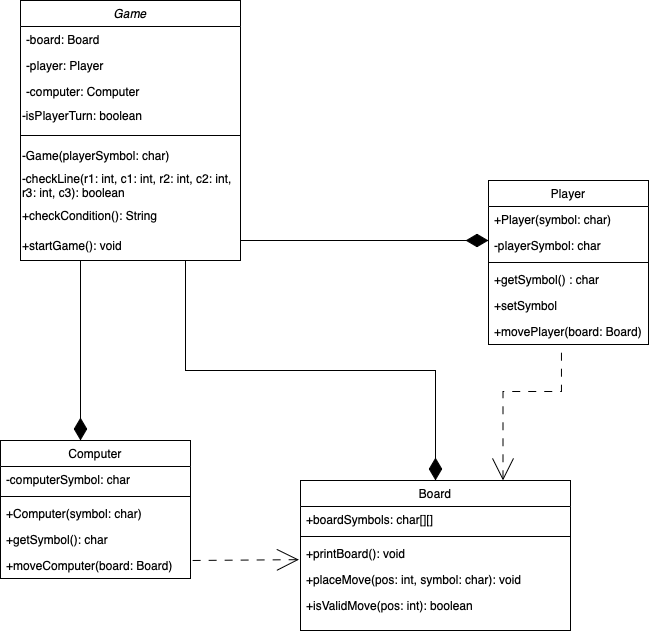
phiquangdat/OOP-TicTacToe keeps this draw.io diagram as Assignment 5+6/Design/TicTacToe.drawio.png. Above is the earlier version. Source tidied: cells renumbered, new cells last; positions are measured from the earlier drawing's top-left corner, leaving out a move shared by most shapes.
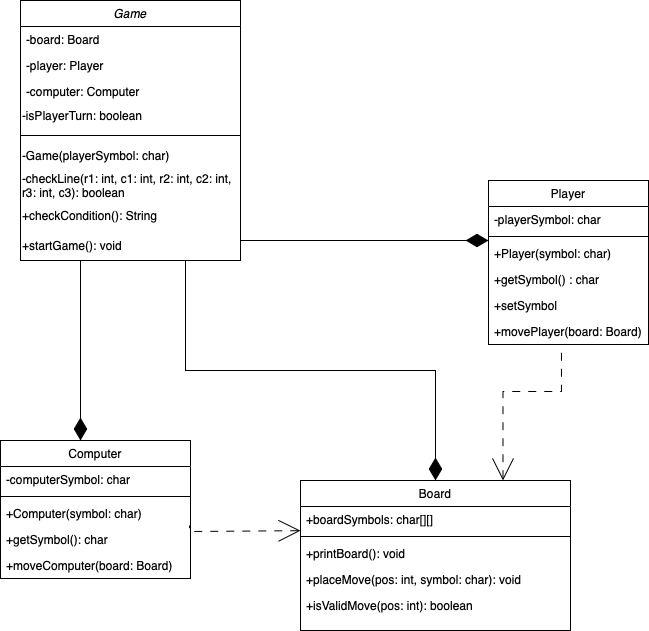
Later version of the same file.

What changed in the source:
```diff
@@ -79,15 +79,15 @@
     <mxCell id="25" value="Player" style="swimlane;fontStyle=0;align=center;verticalAlign=top;horizontal=1;startSize=26;rounded=0;shadow=0;strokeWidth=1;" parent="1" vertex="1">
       <mxGeometry x="488" y="180" width="160" height="164" as="geometry" />
     </mxCell>
-    <mxCell id="26" value="+Player(symbol: char)" style="text;align=left;verticalAlign=top;spacingLeft=4;spacingRight=4;overflow=hidden;" parent="25" vertex="1">
-      <mxGeometry y="26" width="160" height="26" as="geometry" />
-    </mxCell>
     <mxCell id="27" value="-playerSymbol: char" style="text;align=left;verticalAlign=top;spacingLeft=4;spacingRight=4;overflow=hidden;rounded=0;shadow=0;html=0;" parent="25" vertex="1">
-      <mxGeometry y="52" width="160" height="26" as="geometry" />
+      <mxGeometry y="26" width="160" height="26" as="geometry" />
     </mxCell>
     <mxCell id="28" style="line;html=1;strokeWidth=1;align=left;verticalAlign=middle;spacingTop=-1;spacingLeft=3;spacingRight=3;labelPosition=right;" parent="25" vertex="1">
-      <mxGeometry y="78" width="160" height="8" as="geometry" />
+      <mxGeometry y="52" width="160" height="8" as="geometry" />
     </mxCell>
+    <mxCell id="26" value="+Player(symbol: char)" style="text;align=left;verticalAlign=top;spacingLeft=4;spacingRight=4;overflow=hidden;" parent="25" vertex="1">
+      <mxGeometry y="60" width="160" height="26" as="geometry" />
+    </mxCell>
     <mxCell id="29" value="+getSymbol() : char" style="text;align=left;verticalAlign=top;spacingLeft=4;spacingRight=4;overflow=hidden;" parent="25" vertex="1">
       <mxGeometry y="86" width="160" height="26" as="geometry" />
     </mxCell>
@@ -108,12 +108,13 @@
         </Array>
       </mxGeometry>
     </mxCell>
-    <mxCell id="34" style="endArrow=none;endSize=10;endFill=0;shadow=0;strokeWidth=1;rounded=0;curved=0;edgeStyle=elbowEdgeStyle;elbow=vertical;startArrow=open;startFill=0;startSize=20;dashed=1;entryX=1;entryY=0.5;entryDx=0;entryDy=0;exitX=-0.006;exitY=0.737;exitDx=0;exitDy=0;exitPerimeter=0;dashPattern=8 8;" parent="1" edge="1" source="22" target="16">
+    <mxCell id="34" style="endArrow=none;endSize=10;endFill=0;shadow=0;strokeWidth=1;rounded=0;curved=0;edgeStyle=elbowEdgeStyle;elbow=vertical;startArrow=open;startFill=0;startSize=20;dashed=1;entryX=0.995;entryY=0.962;entryDx=0;entryDy=0;exitX=-0.006;exitY=0.737;exitDx=0;exitDy=0;exitPerimeter=0;dashPattern=8 8;entryPerimeter=0;" parent="1" edge="1" target="15">
       <mxGeometry relative="1" as="geometry">
+        <mxPoint x="300" y="530.2" as="sourcePoint" />
         <Array as="points">
-          <mxPoint x="240" y="560" />
-          <mxPoint x="160" y="619" />
-          <mxPoint x="190" y="598" />
+          <mxPoint x="241.6" y="531" />
+          <mxPoint x="161.6" y="590" />
+          <mxPoint x="191.6" y="569" />
         </Array>
       </mxGeometry>
     </mxCell>
```
